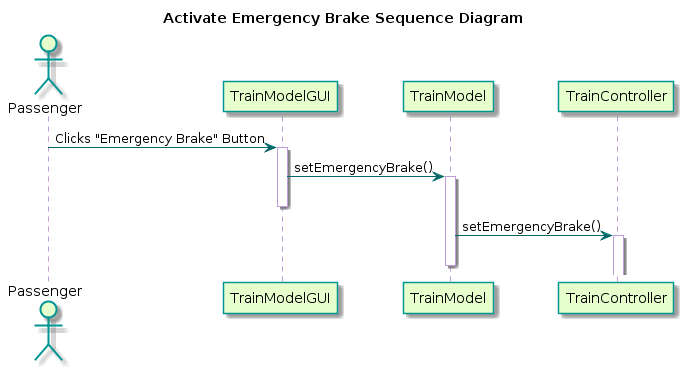
kevingilboy/COE1186 keeps this PlantUML diagram as TrainSystem/yUML/Sequence Diagrams/TrainModel/ActivateEmerBrakeSeqDiagram.png. Above is the earlier version. Source of this version:
```plantuml
@startuml
title Activate Emergency Brake Sequence Diagram
skinparam sequence {
  BackgroundColor transparent
  ActorBackgroundColor #e6ffcc
  ActorBorderColor 	#049595
  ParticipantBackgroundColor #e6ffcc
  ParticipantBorderColor 	#049595
  PackageBorderCOlor  #049595
  ArrowColor #006666
  LifeLineBorderColor #c09cd9
}
actor Passenger

participant "TrainModelGUI" as A
participant "TrainModel" as B
participant "TrainController" as C

Passenger -> A : Clicks "Emergency Brake" Button
activate A

A -> B : setEmergencyBrake()
activate B
deactivate A

B -> C : setEmergencyBrake()
activate C
deactivate B
@enduml
```
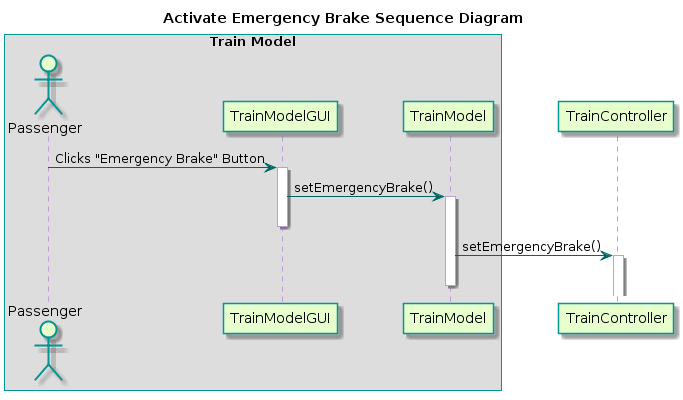
The same file after the commit.

What changed in the source:
```diff
@@ -2,18 +2,21 @@
 title Activate Emergency Brake Sequence Diagram
 skinparam sequence {
   BackgroundColor transparent
+  ParticipantBackgroundColor #e6ffcc
+  ParticipantBorderColor 	#049595
   ActorBackgroundColor #e6ffcc
   ActorBorderColor 	#049595
-  ParticipantBackgroundColor #e6ffcc
-  ParticipantBorderColor 	#049595
+  BoxBorderColor 	#049595
   PackageBorderCOlor  #049595
   ArrowColor #006666
   LifeLineBorderColor #c09cd9
 }
+box "Train Model"
 actor Passenger
 
 participant "TrainModelGUI" as A
 participant "TrainModel" as B
+end box
 participant "TrainController" as C
 
 Passenger -> A : Clicks "Emergency Brake" Button
```
